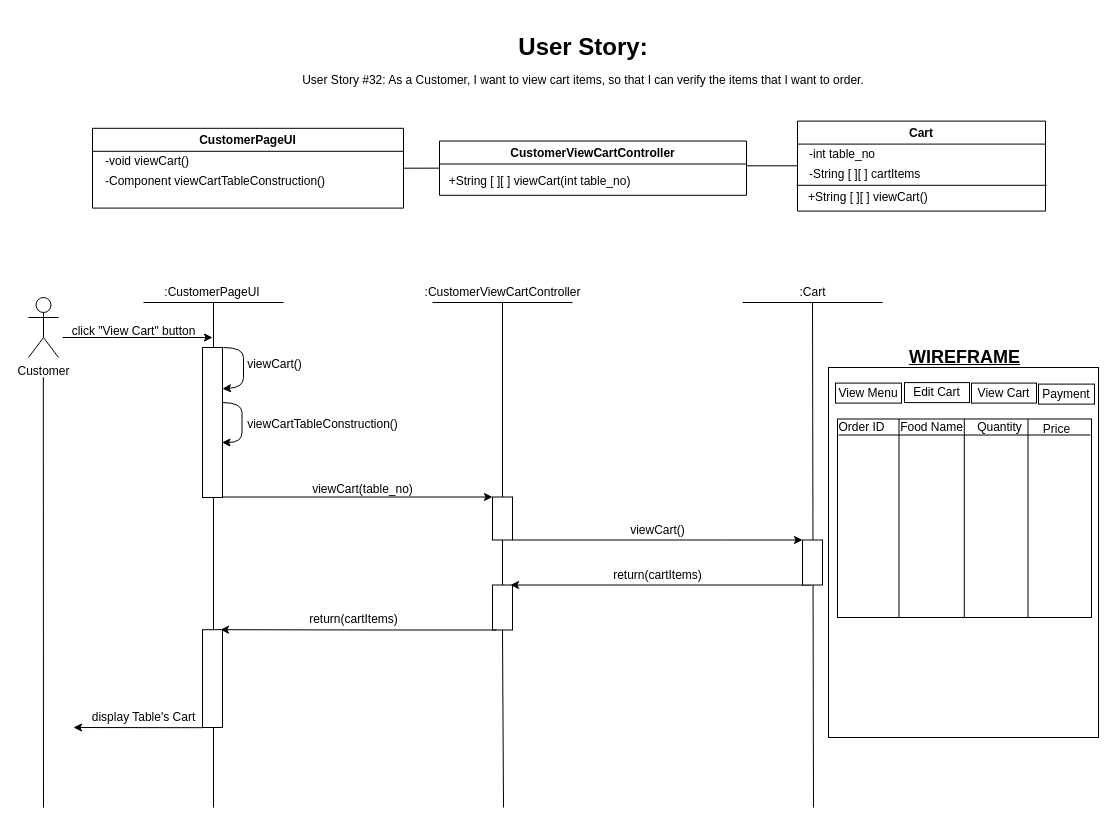
Before: BCE_UML_and_Diagrams/Customer (WIP)/Customer_ViewCart(#32)/UserStory#32_Customer_ViewCart.drawio in extred5700/JAVAGUI-Restaurant-Table-Order-System, a draw.io diagram. Source tidied: cells renumbered, new cells numbered last; positions are measured from the earlier drawing's top-left corner, leaving out a move shared by most shapes. Both pictures are drawn from the tidied source at 100%, with x=0, y=0 at pixel (28, 27).
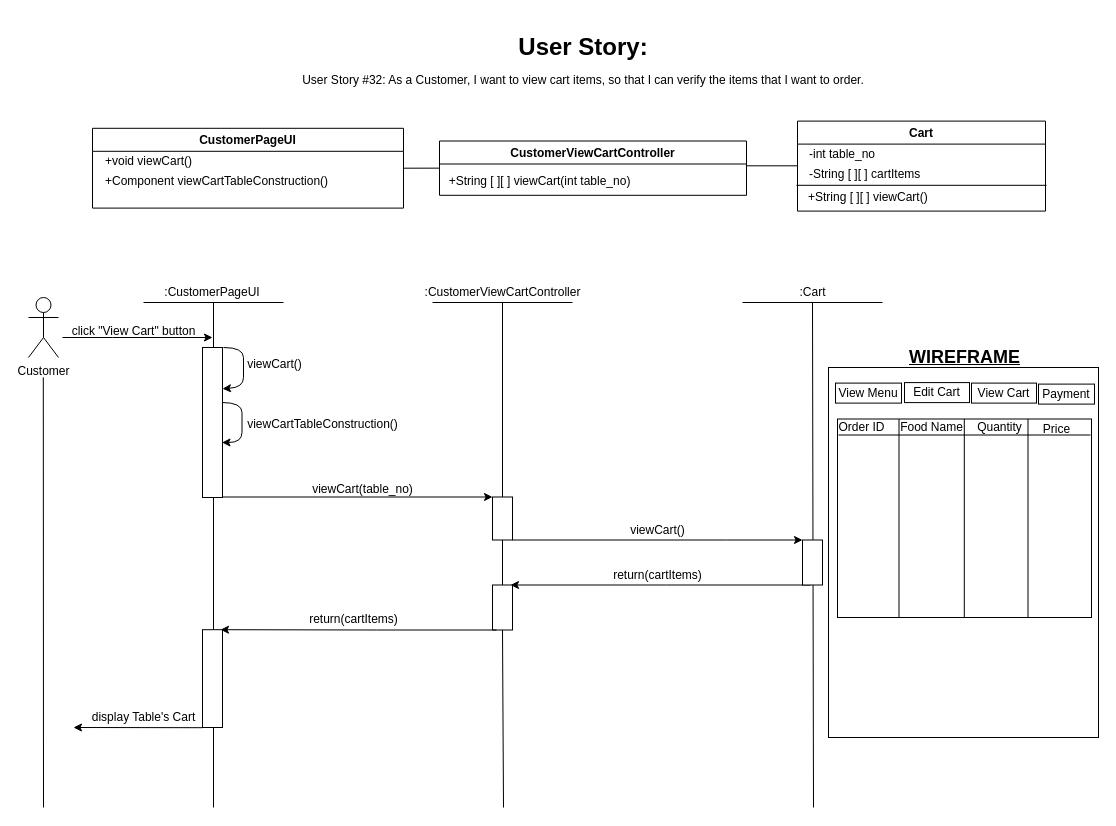
After the change.

The change refers to these unchanged cells:
```xml
<mxCell id="4" value="CustomerPageUI" style="swimlane;" parent="1" vertex="1">
  <mxGeometry x="64" y="100.8" width="311" height="79.8" as="geometry" />
</mxCell>
```

The edit, as a diff of the source:
```diff
@@
-    <mxCell id="5" value="-void viewCart()" style="text;html=1;align=left;verticalAlign=middle;strokeColor=none;fillColor=none;" parent="4" vertex="1">
+    <mxCell id="5" value="+void viewCart()" style="text;html=1;align=left;verticalAlign=middle;strokeColor=none;fillColor=none;" parent="4" vertex="1">
       <mxGeometry x="11" y="23" width="100" height="20" as="geometry" />
     </mxCell>
-    <mxCell id="6" value="-Component viewCartTableConstruction()" style="text;html=1;align=left;verticalAlign=middle;strokeColor=none;fillColor=none;" parent="4" vertex="1">
+    <mxCell id="6" value="+Component viewCartTableConstruction()" style="text;html=1;align=left;verticalAlign=middle;strokeColor=none;fillColor=none;" parent="4" vertex="1">
       <mxGeometry x="11" y="43" width="240" height="20" as="geometry" />
     </mxCell>
```
